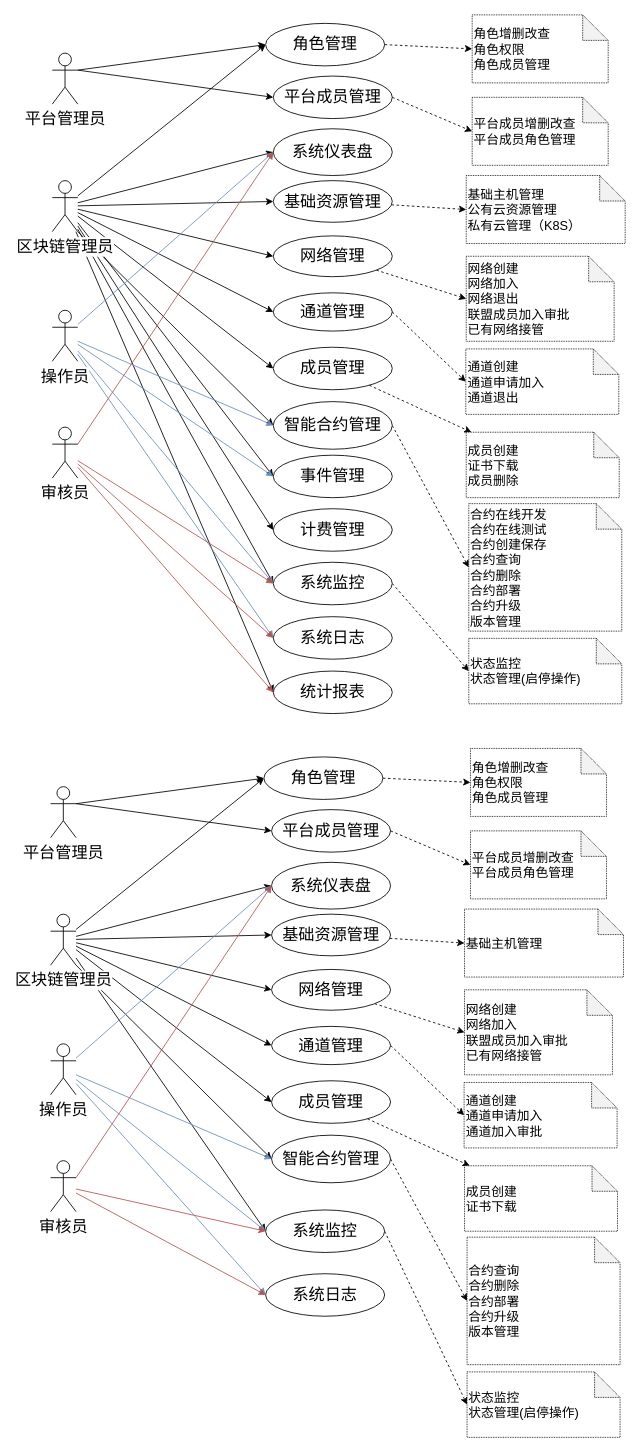
Above: repository/drawio/postb/system use case.drawio in dilide/collections (draw.io), before the change. Source tidied: cells renumbered, new cells numbered last; positions are measured from the earlier drawing's top-left corner, leaving out a move shared by most shapes. Both pictures are drawn from the tidied source at 85%, with x=0, y=0 at pixel (50, 14).
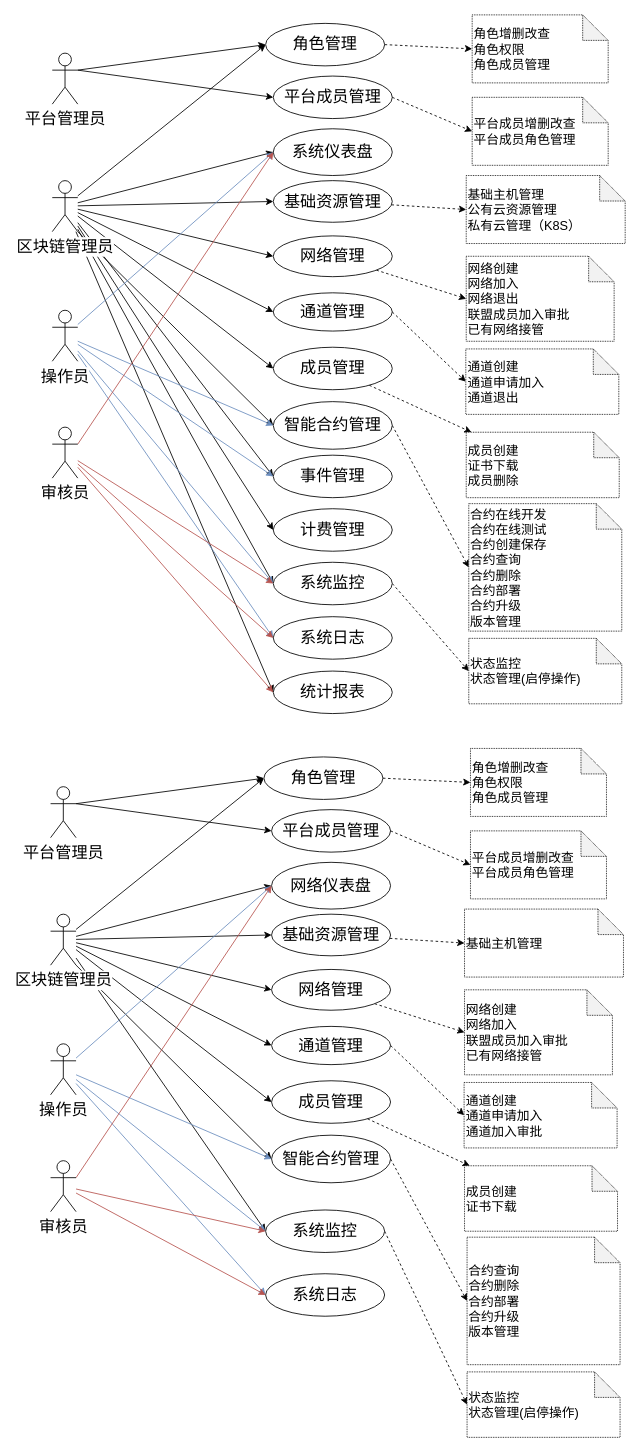
After the change.

The edit, as a diff of the source:
```diff
@@
-    <mxCell id="84" value="系统仪表盘" style="ellipse;whiteSpace=wrap;html=1;fontSize=19;" parent="1" vertex="1">
+    <mxCell id="84" value="网络仪表盘" style="ellipse;whiteSpace=wrap;html=1;fontSize=19;" parent="1" vertex="1">
       <mxGeometry x="260" y="997" width="140" height="55" as="geometry" />
     </mxCell>
```
